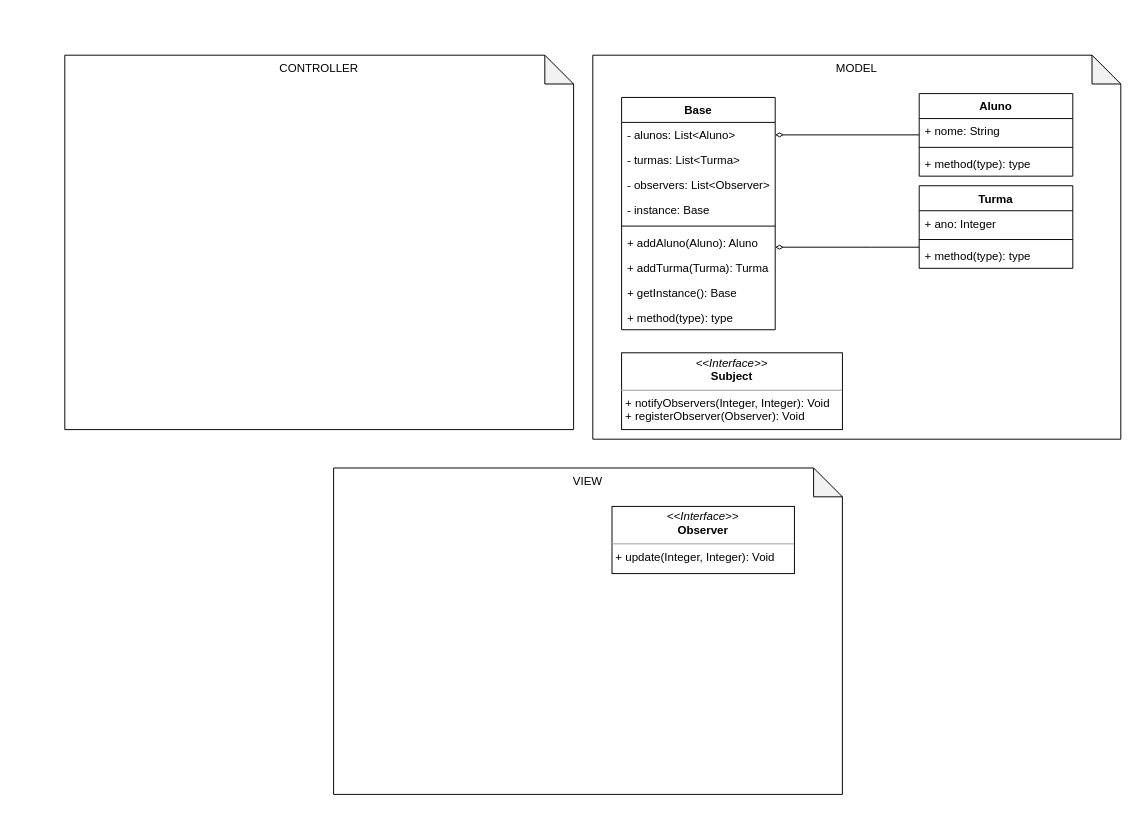
hrszanini/bertoti keeps this draw.io diagram as Padrões de Pojetos/Documentos/Diagramas/Arquitetura.drawio. Above is the earlier version. Source tidied: cells renumbered, new cells numbered last; positions are measured from the earlier drawing's top-left corner, leaving out a move shared by most shapes. Both pictures are drawn from the tidied source at 96%, with x=0, y=0 at pixel (64, 55).
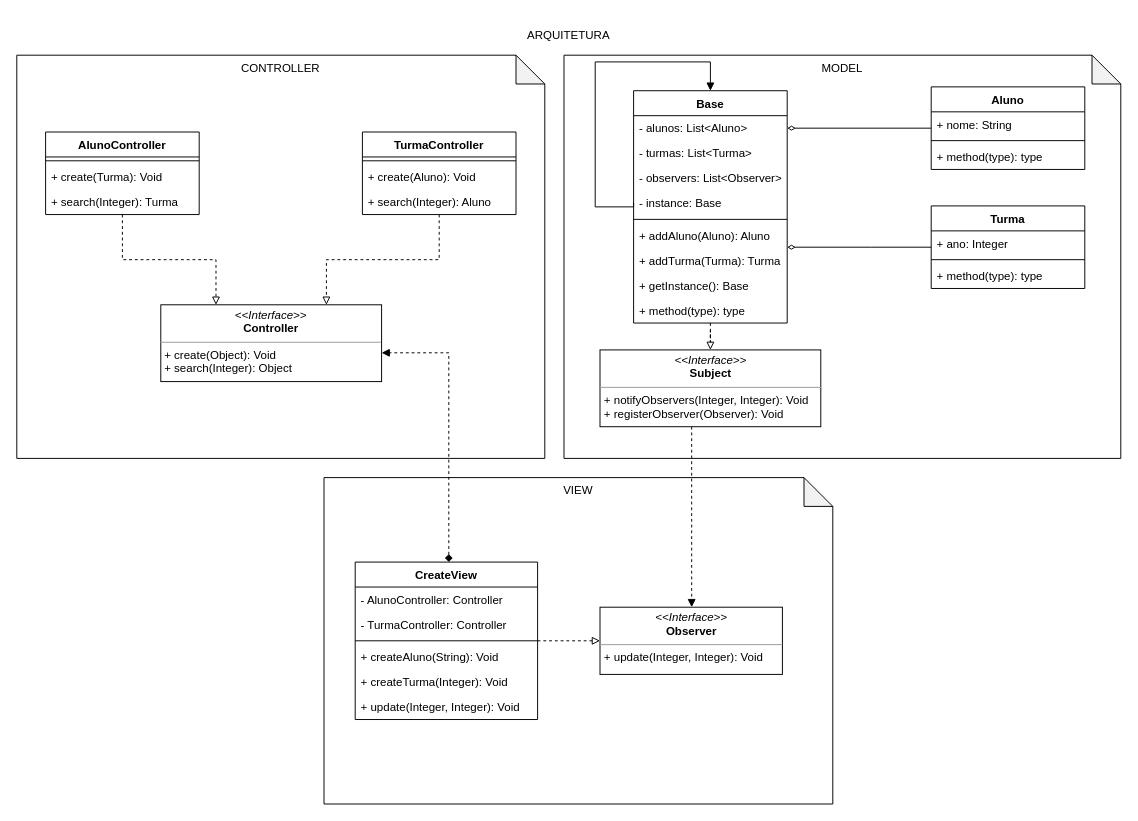
After the change.

Unchanged cells that the change refers to:
```xml
<mxCell id="19" value="- instance: Base" style="text;strokeColor=none;fillColor=none;align=left;verticalAlign=top;spacingLeft=4;spacingRight=4;overflow=hidden;points=[[0,0.5],[1,0.5]];portConstraint=eastwest;" parent="15" vertex="1">
  <mxGeometry y="104" width="160" height="26" as="geometry" />
</mxCell>
```

Diff of the diagram source:
```diff
@@
     <mxCell id="2" value="VIEW" style="shape=note;whiteSpace=wrap;html=1;backgroundOutline=1;darkOpacity=0.05;verticalAlign=top;" parent="1" vertex="1">
-      <mxGeometry x="280" y="430" width="530" height="340" as="geometry" />
+      <mxGeometry x="270" y="440" width="530" height="340" as="geometry" />
     </mxCell>
     <mxCell id="3" value="CONTROLLER" style="shape=note;whiteSpace=wrap;html=1;backgroundOutline=1;darkOpacity=0.05;verticalAlign=top;" parent="1" vertex="1">
-      <mxGeometry width="530" height="390" as="geometry" />
+      <mxGeometry x="-50" width="550" height="420" as="geometry" />
     </mxCell>
     <mxCell id="4" value="MODEL" style="shape=note;whiteSpace=wrap;html=1;backgroundOutline=1;darkOpacity=0.05;verticalAlign=top;" parent="1" vertex="1">
-      <mxGeometry x="550" width="550" height="400" as="geometry" />
+      <mxGeometry x="520" width="580" height="420" as="geometry" />
     </mxCell>
@@
     <mxCell id="6" value="Aluno" style="swimlane;fontStyle=1;align=center;verticalAlign=top;horizontal=1;startSize=26;" parent="1" vertex="1">
-      <mxGeometry x="890" y="40" width="160" height="86" as="geometry" />
+      <mxGeometry x="902.5" y="33" width="160" height="86" as="geometry" />
     </mxCell>
@@
     <mxCell id="11" value="Turma" style="swimlane;fontStyle=1;align=center;verticalAlign=top;horizontal=1;startSize=26;" parent="1" vertex="1">
-      <mxGeometry x="890" y="136" width="160" height="86" as="geometry" />
+      <mxGeometry x="902.5" y="157" width="160" height="86" as="geometry" />
     </mxCell>
@@
+    <mxCell id="27" style="edgeStyle=orthogonalEdgeStyle;rounded=0;jettySize=auto;html=1;dashed=1;startArrow=none;startFill=0;endArrow=block;endFill=0;" parent="1" edge="1" source="15" target="25">
+      <mxGeometry relative="1" as="geometry" />
+    </mxCell>
     <mxCell id="15" value="Base" style="swimlane;fontStyle=1;align=center;verticalAlign=top;horizontal=1;startSize=26;" parent="1" vertex="1">
-      <mxGeometry x="580" y="44" width="160" height="242" as="geometry" />
+      <mxGeometry x="592.5" y="37" width="160" height="242" as="geometry" />
     </mxCell>
@@
+    <mxCell id="28" style="edgeStyle=orthogonalEdgeStyle;rounded=0;jettySize=auto;html=1;startArrow=none;startFill=0;endArrow=block;endFill=1;exitX=0;exitY=0.5;exitDx=0;exitDy=0;" parent="15" edge="1" source="19" target="15">
+      <mxGeometry relative="1" as="geometry">
+        <Array as="points">
+          <mxPoint y="121" />
+          <mxPoint x="-40" y="121" />
+          <mxPoint x="-40" y="-30" />
+          <mxPoint x="80" y="-30" />
+        </Array>
+      </mxGeometry>
+    </mxCell>
+    <mxCell id="29" style="edgeStyle=orthogonalEdgeStyle;rounded=0;jettySize=auto;html=1;dashed=1;startArrow=none;startFill=0;endArrow=block;endFill=1;" parent="1" edge="1" source="25" target="26">
+      <mxGeometry relative="1" as="geometry">
+        <Array as="points">
+          <mxPoint x="653" y="440" />
+          <mxPoint x="653" y="440" />
+        </Array>
+      </mxGeometry>
+    </mxCell>
     <mxCell id="25" value="&lt;p style=&quot;margin:0px;margin-top:4px;text-align:center;&quot;&gt;&lt;i&gt;&amp;lt;&amp;lt;Interface&amp;gt;&amp;gt;&lt;/i&gt;&lt;br&gt;&lt;b&gt;Subject&lt;/b&gt;&lt;/p&gt;&lt;hr size=&quot;1&quot;&gt;&lt;p style=&quot;margin:0px;margin-left:4px;&quot;&gt;&lt;/p&gt;&lt;p style=&quot;margin:0px;margin-left:4px;&quot;&gt;+ notifyObservers(Integer, Integer): Void&lt;br&gt;+ registerObserver(Observer): Void&lt;/p&gt;" style="verticalAlign=top;align=left;overflow=fill;fontSize=12;fontFamily=Helvetica;html=1;" parent="1" vertex="1">
-      <mxGeometry x="580" y="310" width="230" height="80" as="geometry" />
+      <mxGeometry x="557.5" y="307" width="230" height="80" as="geometry" />
     </mxCell>
     <mxCell id="26" value="&lt;p style=&quot;margin:0px;margin-top:4px;text-align:center;&quot;&gt;&lt;i&gt;&amp;lt;&amp;lt;Interface&amp;gt;&amp;gt;&lt;/i&gt;&lt;br&gt;&lt;b&gt;Observer&lt;/b&gt;&lt;/p&gt;&lt;hr size=&quot;1&quot;&gt;&lt;p style=&quot;margin:0px;margin-left:4px;&quot;&gt;&lt;/p&gt;&lt;p style=&quot;margin:0px;margin-left:4px;&quot;&gt;+ update(Integer, Integer): Void&lt;br&gt;&lt;/p&gt;" style="verticalAlign=top;align=left;overflow=fill;fontSize=12;fontFamily=Helvetica;html=1;" parent="1" vertex="1">
-      <mxGeometry x="570" y="470" width="190" height="70" as="geometry" />
+      <mxGeometry x="557.5" y="575" width="190" height="70" as="geometry" />
     </mxCell>
+    <mxCell id="30" value="ARQUITETURA" style="text;html=1;strokeColor=none;fillColor=none;align=center;verticalAlign=middle;whiteSpace=wrap;rounded=0;" parent="1" vertex="1">
+      <mxGeometry x="385" y="-40" width="280" height="40" as="geometry" />
+    </mxCell>
+    <mxCell id="31" value="&lt;p style=&quot;margin:0px;margin-top:4px;text-align:center;&quot;&gt;&lt;i&gt;&amp;lt;&amp;lt;Interface&amp;gt;&amp;gt;&lt;/i&gt;&lt;br&gt;&lt;b&gt;Controller&lt;/b&gt;&lt;/p&gt;&lt;hr size=&quot;1&quot;&gt;&lt;p style=&quot;margin:0px;margin-left:4px;&quot;&gt;&lt;/p&gt;&lt;p style=&quot;margin:0px;margin-left:4px;&quot;&gt;+ create(Object): Void&lt;br&gt;+ search(Integer): Object&lt;/p&gt;" style="verticalAlign=top;align=left;overflow=fill;fontSize=12;fontFamily=Helvetica;html=1;" parent="1" vertex="1">
+      <mxGeometry x="100" y="260" width="230" height="80" as="geometry" />
+    </mxCell>
+    <mxCell id="32" style="edgeStyle=orthogonalEdgeStyle;rounded=0;jettySize=auto;html=1;dashed=1;startArrow=none;startFill=0;endArrow=block;endFill=0;" parent="1" edge="1" source="34" target="26">
+      <mxGeometry relative="1" as="geometry" />
+    </mxCell>
+    <mxCell id="33" style="edgeStyle=orthogonalEdgeStyle;rounded=0;jettySize=auto;html=1;dashed=1;startArrow=diamond;startFill=1;endArrow=block;endFill=1;" parent="1" edge="1" source="34" target="31">
+      <mxGeometry relative="1" as="geometry">
+        <Array as="points">
+          <mxPoint x="400" y="310" />
+        </Array>
+      </mxGeometry>
+    </mxCell>
+    <mxCell id="34" value="CreateView" style="swimlane;fontStyle=1;align=center;verticalAlign=top;horizontal=1;startSize=26;" parent="1" vertex="1">
+      <mxGeometry x="302.5" y="528" width="190" height="164" as="geometry" />
+    </mxCell>
+    <mxCell id="35" value="- AlunoController: Controller" style="text;strokeColor=none;fillColor=none;align=left;verticalAlign=top;spacingLeft=4;spacingRight=4;overflow=hidden;" parent="34" vertex="1">
+      <mxGeometry y="26" width="190" height="26" as="geometry" />
+    </mxCell>
+    <mxCell id="36" value="- TurmaController: Controller" style="text;strokeColor=none;fillColor=none;align=left;verticalAlign=top;spacingLeft=4;spacingRight=4;overflow=hidden;" parent="34" vertex="1">
+      <mxGeometry y="52" width="190" height="26" as="geometry" />
+    </mxCell>
+    <mxCell id="37" style="line;strokeWidth=1;fillColor=none;align=left;verticalAlign=middle;spacingTop=-1;spacingLeft=3;spacingRight=3;labelPosition=right;strokeColor=inherit;" parent="34" vertex="1">
+      <mxGeometry y="78" width="190" height="8" as="geometry" />
+    </mxCell>
+    <mxCell id="38" value="+ createAluno(String): Void" style="text;strokeColor=none;fillColor=none;align=left;verticalAlign=top;spacingLeft=4;spacingRight=4;overflow=hidden;" parent="34" vertex="1">
+      <mxGeometry y="86" width="190" height="26" as="geometry" />
+    </mxCell>
+    <mxCell id="39" value="+ createTurma(Integer): Void" style="text;strokeColor=none;fillColor=none;align=left;verticalAlign=top;spacingLeft=4;spacingRight=4;overflow=hidden;" parent="34" vertex="1">
+      <mxGeometry y="112" width="190" height="26" as="geometry" />
+    </mxCell>
+    <mxCell id="40" value="+ update(Integer, Integer): Void" style="text;strokeColor=none;fillColor=none;align=left;verticalAlign=top;spacingLeft=4;spacingRight=4;overflow=hidden;" parent="34" vertex="1">
+      <mxGeometry y="138" width="190" height="26" as="geometry" />
+    </mxCell>
+    <mxCell id="41" style="edgeStyle=orthogonalEdgeStyle;rounded=0;jettySize=auto;html=1;entryX=0.25;entryY=0;entryDx=0;entryDy=0;dashed=1;startArrow=none;startFill=0;endArrow=block;endFill=0;" parent="1" edge="1" source="42" target="31">
+      <mxGeometry relative="1" as="geometry" />
+    </mxCell>
+    <mxCell id="42" value="AlunoController" style="swimlane;fontStyle=1;align=center;verticalAlign=top;horizontal=1;startSize=26;" parent="1" vertex="1">
+      <mxGeometry x="-20" y="80" width="160" height="86" as="geometry" />
+    </mxCell>
+    <mxCell id="43" style="line;strokeWidth=1;fillColor=none;align=left;verticalAlign=middle;spacingTop=-1;spacingLeft=3;spacingRight=3;labelPosition=right;strokeColor=inherit;" parent="42" vertex="1">
+      <mxGeometry y="26" width="160" height="8" as="geometry" />
+    </mxCell>
+    <mxCell id="44" value="+ create(Turma): Void" style="text;strokeColor=none;fillColor=none;align=left;verticalAlign=top;spacingLeft=4;spacingRight=4;overflow=hidden;" parent="42" vertex="1">
+      <mxGeometry y="34" width="160" height="26" as="geometry" />
+    </mxCell>
+    <mxCell id="45" value="+ search(Integer): Turma" style="text;strokeColor=none;fillColor=none;align=left;verticalAlign=top;spacingLeft=4;spacingRight=4;overflow=hidden;" parent="42" vertex="1">
+      <mxGeometry y="60" width="160" height="26" as="geometry" />
+    </mxCell>
+    <mxCell id="46" style="edgeStyle=orthogonalEdgeStyle;rounded=0;jettySize=auto;html=1;entryX=0.75;entryY=0;entryDx=0;entryDy=0;dashed=1;startArrow=none;startFill=0;endArrow=block;endFill=0;" parent="1" edge="1" source="47" target="31">
+      <mxGeometry relative="1" as="geometry" />
+    </mxCell>
+    <mxCell id="47" value="TurmaController" style="swimlane;fontStyle=1;align=center;verticalAlign=top;horizontal=1;startSize=26;" parent="1" vertex="1">
+      <mxGeometry x="310" y="80" width="160" height="86" as="geometry" />
+    </mxCell>
+    <mxCell id="48" style="line;strokeWidth=1;fillColor=none;align=left;verticalAlign=middle;spacingTop=-1;spacingLeft=3;spacingRight=3;labelPosition=right;strokeColor=inherit;" parent="47" vertex="1">
+      <mxGeometry y="26" width="160" height="8" as="geometry" />
+    </mxCell>
+    <mxCell id="49" value="+ create(Aluno): Void" style="text;strokeColor=none;fillColor=none;align=left;verticalAlign=top;spacingLeft=4;spacingRight=4;overflow=hidden;" parent="47" vertex="1">
+      <mxGeometry y="34" width="160" height="26" as="geometry" />
+    </mxCell>
+    <mxCell id="50" value="+ search(Integer): Aluno" style="text;strokeColor=none;fillColor=none;align=left;verticalAlign=top;spacingLeft=4;spacingRight=4;overflow=hidden;" parent="47" vertex="1">
+      <mxGeometry y="60" width="160" height="26" as="geometry" />
+    </mxCell>
```
